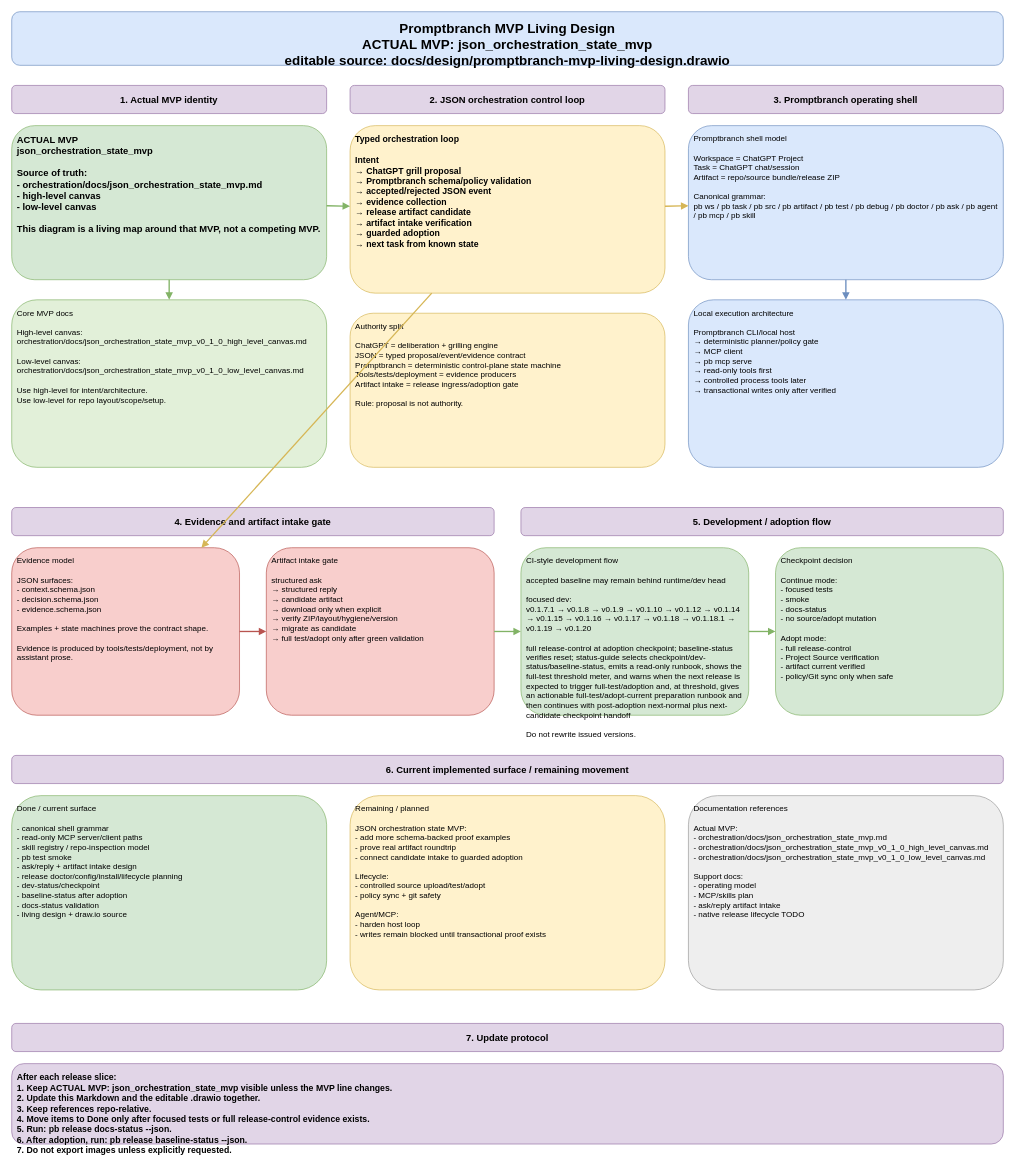
Before: docs/design/promptbranch-mvp-living-design.drawio in spikkie/promptbranch, a draw.io diagram. Source tidied: cells renumbered, new cells numbered last; positions are measured from the earlier drawing's top-left corner, leaving out a move shared by most shapes. Both pictures are drawn from the tidied source at 67%, with x=0, y=0 at pixel (11, 11).
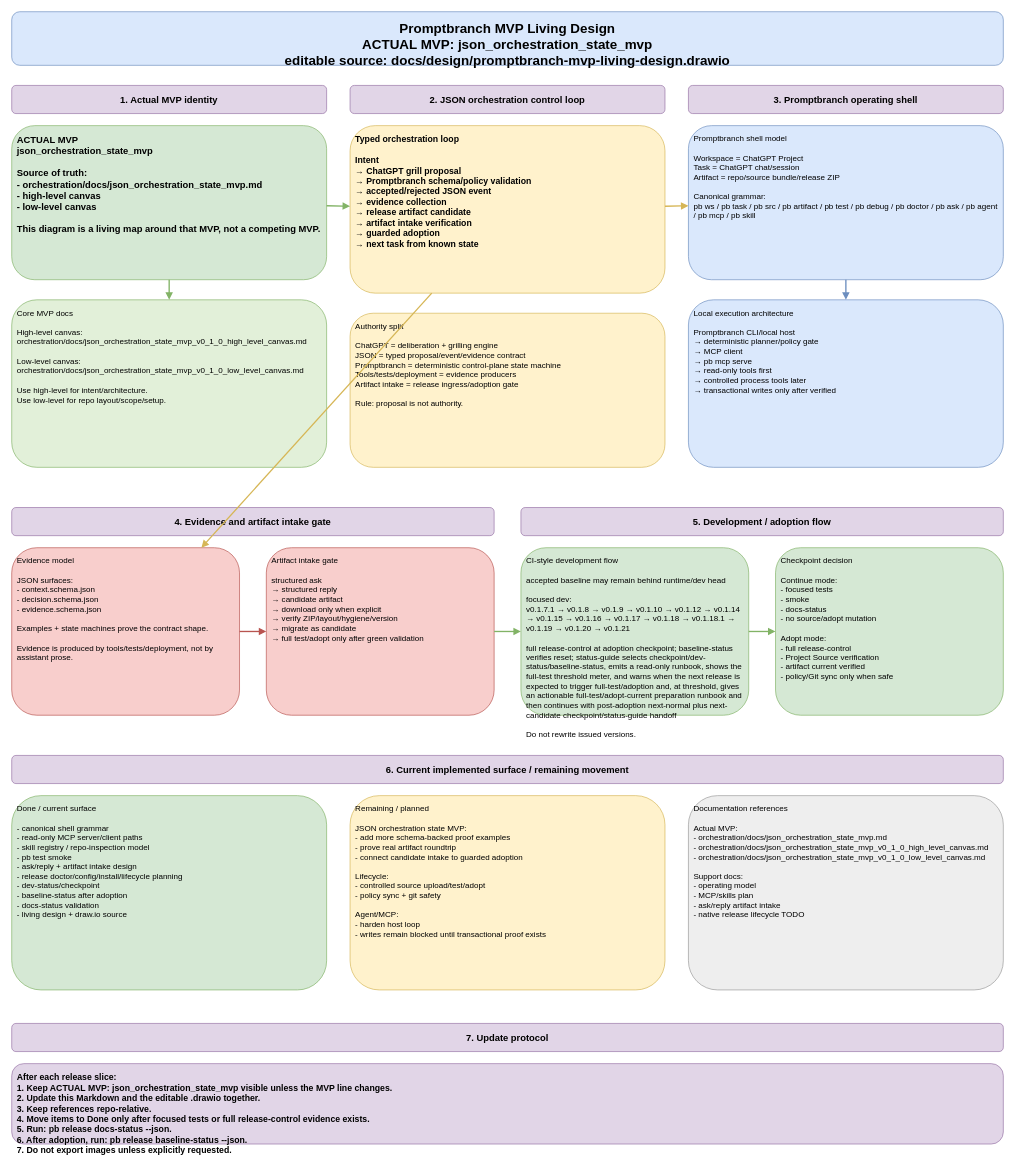
The same page after the edit.

Change to the diagram source:
```diff
@@
-    <mxCell id="20" value="CI-style development flow&#10;&#10;accepted baseline may remain behind runtime/dev head&#10;&#10;focused dev:&#10;v0.1.7.1 → v0.1.8 → v0.1.9 → v0.1.10 → v0.1.12 → v0.1.14 → v0.1.15 → v0.1.16 → v0.1.17 → v0.1.18 → v0.1.18.1 → v0.1.19 → v0.1.20&#10;&#10;full release-control at adoption checkpoint; baseline-status verifies reset; status-guide selects checkpoint/dev-status/baseline-status, emits a read-only runbook, shows the full-test threshold meter, and warns when the next release is expected to trigger full-test/adoption and, at threshold, gives an actionable full-test/adopt-current preparation runbook and then continues with post-adoption next-normal plus next-candidate checkpoint handoff&#10;&#10;Do not rewrite issued versions." style="rounded=1;whiteSpace=wrap;html=1;fillColor=#d5e8d4;strokeColor=#82b366;fontSize=12;align=left;verticalAlign=top;spacing=8;" parent="1" vertex="1">
+    <mxCell id="20" value="CI-style development flow&#10;&#10;accepted baseline may remain behind runtime/dev head&#10;&#10;focused dev:&#10;v0.1.7.1 → v0.1.8 → v0.1.9 → v0.1.10 → v0.1.12 → v0.1.14 → v0.1.15 → v0.1.16 → v0.1.17 → v0.1.18 → v0.1.18.1 → v0.1.19 → v0.1.20 → v0.1.21&#10;&#10;full release-control at adoption checkpoint; baseline-status verifies reset; status-guide selects checkpoint/dev-status/baseline-status, emits a read-only runbook, shows the full-test threshold meter, and warns when the next release is expected to trigger full-test/adoption and, at threshold, gives an actionable full-test/adopt-current preparation runbook and then continues with post-adoption next-normal plus next-candidate checkpoint/status-guide handoff&#10;&#10;Do not rewrite issued versions." style="rounded=1;whiteSpace=wrap;html=1;fillColor=#d5e8d4;strokeColor=#82b366;fontSize=12;align=left;verticalAlign=top;spacing=8;" parent="1" vertex="1">
       <mxGeometry x="760" y="800" width="340" height="250" as="geometry" />
     </mxCell>
```
